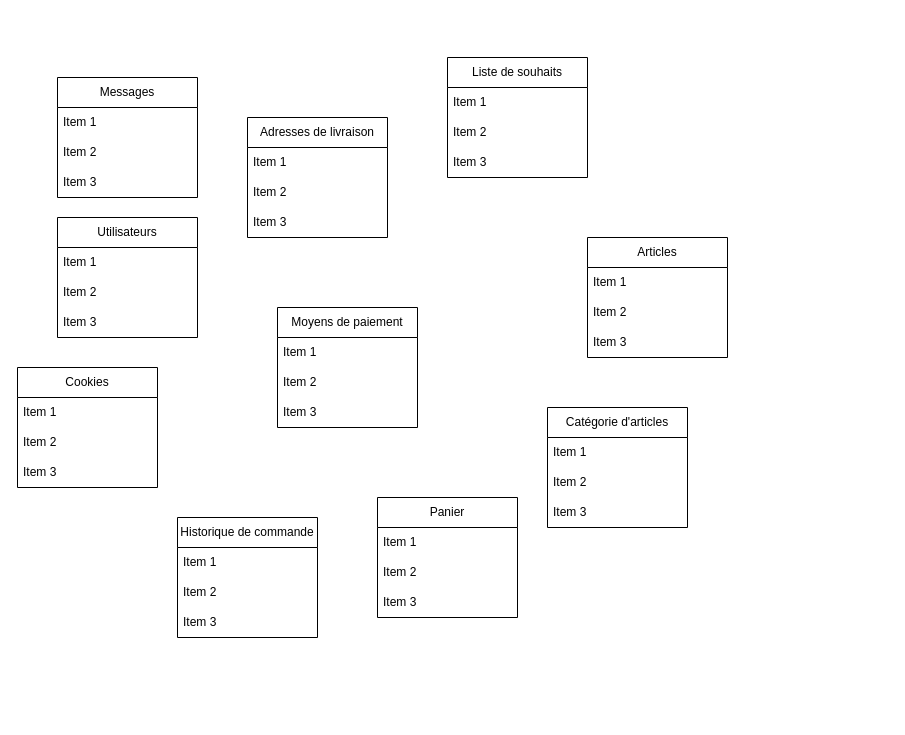
The draw.io diagram BDD Amazon IPI TP.drawio in mathiasSuchail/diagram, before the edit. Source tidied: cells renumbered, new cells numbered last; positions are measured from the earlier drawing's top-left corner, leaving out a move shared by most shapes. Both pictures are drawn from the tidied source at 100%, with x=0, y=0 at pixel (17, 57).
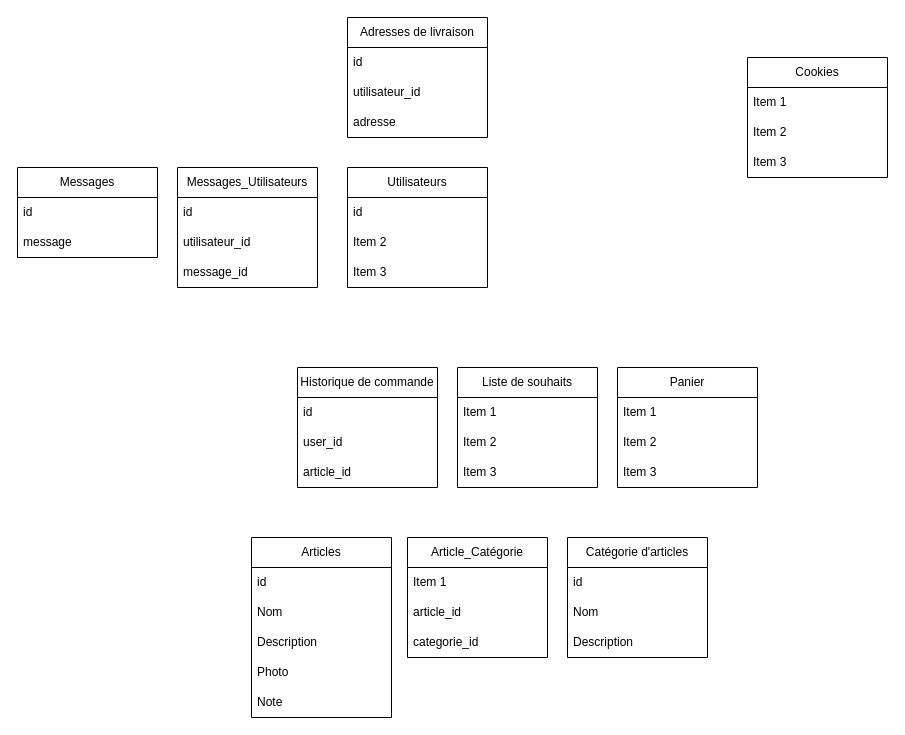
Above is the later version.

Commit message:
Mettre à jour BDD Amazon IPI TP.drawio

What changed in the source:
```diff
@@
     <mxCell id="2" value="Utilisateurs" style="swimlane;fontStyle=0;horizontal=1;startSize=30;whiteSpace=wrap;html=1;" parent="1" vertex="1">
-      <mxGeometry x="40" y="160" width="140" height="120" as="geometry" />
+      <mxGeometry x="330" y="110" width="140" height="120" as="geometry" />
     </mxCell>
-    <mxCell id="3" value="Item 1" style="text;strokeColor=none;fillColor=none;align=left;verticalAlign=middle;spacingLeft=4;spacingRight=4;overflow=hidden;whiteSpace=wrap;html=1;" parent="2" vertex="1">
+    <mxCell id="3" value="id" style="text;strokeColor=none;fillColor=none;align=left;verticalAlign=middle;spacingLeft=4;spacingRight=4;overflow=hidden;whiteSpace=wrap;html=1;" parent="2" vertex="1">
       <mxGeometry y="30" width="140" height="30" as="geometry" />
     </mxCell>
@@
     <mxCell id="6" value="Articles" style="swimlane;fontStyle=0;horizontal=1;startSize=30;whiteSpace=wrap;html=1;" parent="1" vertex="1">
-      <mxGeometry x="570" y="180" width="140" height="120" as="geometry" />
+      <mxGeometry x="234" y="480" width="140" height="180" as="geometry" />
     </mxCell>
-    <mxCell id="7" value="Item 1" style="text;strokeColor=none;fillColor=none;align=left;verticalAlign=middle;spacingLeft=4;spacingRight=4;overflow=hidden;whiteSpace=wrap;html=1;" parent="6" vertex="1">
+    <mxCell id="7" value="id" style="text;strokeColor=none;fillColor=none;align=left;verticalAlign=middle;spacingLeft=4;spacingRight=4;overflow=hidden;whiteSpace=wrap;html=1;" parent="6" vertex="1">
       <mxGeometry y="30" width="140" height="30" as="geometry" />
     </mxCell>
-    <mxCell id="8" value="Item 2" style="text;strokeColor=none;fillColor=none;align=left;verticalAlign=middle;spacingLeft=4;spacingRight=4;overflow=hidden;whiteSpace=wrap;html=1;" parent="6" vertex="1">
+    <mxCell id="8" value="Nom" style="text;strokeColor=none;fillColor=none;align=left;verticalAlign=middle;spacingLeft=4;spacingRight=4;overflow=hidden;whiteSpace=wrap;html=1;" parent="6" vertex="1">
       <mxGeometry y="60" width="140" height="30" as="geometry" />
     </mxCell>
-    <mxCell id="9" value="Item 3" style="text;strokeColor=none;fillColor=none;align=left;verticalAlign=middle;spacingLeft=4;spacingRight=4;overflow=hidden;whiteSpace=wrap;html=1;" parent="6" vertex="1">
+    <mxCell id="9" value="Description" style="text;strokeColor=none;fillColor=none;align=left;verticalAlign=middle;spacingLeft=4;spacingRight=4;overflow=hidden;whiteSpace=wrap;html=1;" parent="6" vertex="1">
       <mxGeometry y="90" width="140" height="30" as="geometry" />
     </mxCell>
+    <mxCell id="42" value="Photo" style="text;strokeColor=none;fillColor=none;align=left;verticalAlign=middle;spacingLeft=4;spacingRight=4;overflow=hidden;whiteSpace=wrap;html=1;" parent="6" vertex="1">
+      <mxGeometry y="120" width="140" height="30" as="geometry" />
+    </mxCell>
+    <mxCell id="43" value="Note" style="text;strokeColor=none;fillColor=none;align=left;verticalAlign=middle;spacingLeft=4;spacingRight=4;overflow=hidden;whiteSpace=wrap;html=1;" parent="6" vertex="1">
+      <mxGeometry y="150" width="140" height="30" as="geometry" />
+    </mxCell>
     <mxCell id="10" value="Liste de souhaits" style="swimlane;fontStyle=0;horizontal=1;startSize=30;whiteSpace=wrap;html=1;" parent="1" vertex="1">
-      <mxGeometry x="430" width="140" height="120" as="geometry" />
+      <mxGeometry x="440" y="310" width="140" height="120" as="geometry" />
     </mxCell>
@@
-    <mxCell id="14" value="Panier" style="swimlane;fontStyle=0;horizontal=1;startSize=30;whiteSpace=wrap;html=1;" parent="1" vertex="1">
-      <mxGeometry x="360" y="440" width="140" height="120" as="geometry" />
-    </mxCell>
-    <mxCell id="15" value="Item 1" style="text;strokeColor=none;fillColor=none;align=left;verticalAlign=middle;spacingLeft=4;spacingRight=4;overflow=hidden;whiteSpace=wrap;html=1;" parent="14" vertex="1">
-      <mxGeometry y="30" width="140" height="30" as="geometry" />
-    </mxCell>
-    <mxCell id="16" value="Item 2" style="text;strokeColor=none;fillColor=none;align=left;verticalAlign=middle;spacingLeft=4;spacingRight=4;overflow=hidden;whiteSpace=wrap;html=1;" parent="14" vertex="1">
-      <mxGeometry y="60" width="140" height="30" as="geometry" />
-    </mxCell>
-    <mxCell id="17" value="Item 3" style="text;strokeColor=none;fillColor=none;align=left;verticalAlign=middle;spacingLeft=4;spacingRight=4;overflow=hidden;whiteSpace=wrap;html=1;" parent="14" vertex="1">
-      <mxGeometry y="90" width="140" height="30" as="geometry" />
-    </mxCell>
     <mxCell id="18" value="Historique de commande" style="swimlane;fontStyle=0;horizontal=1;startSize=30;whiteSpace=wrap;html=1;" parent="1" vertex="1">
-      <mxGeometry x="160" y="460" width="140" height="120" as="geometry" />
+      <mxGeometry x="280" y="310" width="140" height="120" as="geometry" />
     </mxCell>
-    <mxCell id="19" value="Item 1" style="text;strokeColor=none;fillColor=none;align=left;verticalAlign=middle;spacingLeft=4;spacingRight=4;overflow=hidden;whiteSpace=wrap;html=1;" parent="18" vertex="1">
+    <mxCell id="19" value="id" style="text;strokeColor=none;fillColor=none;align=left;verticalAlign=middle;spacingLeft=4;spacingRight=4;overflow=hidden;whiteSpace=wrap;html=1;" parent="18" vertex="1">
       <mxGeometry y="30" width="140" height="30" as="geometry" />
     </mxCell>
-    <mxCell id="20" value="Item 2" style="text;strokeColor=none;fillColor=none;align=left;verticalAlign=middle;spacingLeft=4;spacingRight=4;overflow=hidden;whiteSpace=wrap;html=1;" parent="18" vertex="1">
+    <mxCell id="20" value="user_id" style="text;strokeColor=none;fillColor=none;align=left;verticalAlign=middle;spacingLeft=4;spacingRight=4;overflow=hidden;whiteSpace=wrap;html=1;" parent="18" vertex="1">
       <mxGeometry y="60" width="140" height="30" as="geometry" />
     </mxCell>
-    <mxCell id="21" value="Item 3" style="text;strokeColor=none;fillColor=none;align=left;verticalAlign=middle;spacingLeft=4;spacingRight=4;overflow=hidden;whiteSpace=wrap;html=1;" parent="18" vertex="1">
+    <mxCell id="21" value="article_id" style="text;strokeColor=none;fillColor=none;align=left;verticalAlign=middle;spacingLeft=4;spacingRight=4;overflow=hidden;whiteSpace=wrap;html=1;" parent="18" vertex="1">
       <mxGeometry y="90" width="140" height="30" as="geometry" />
     </mxCell>
     <mxCell id="22" value="Catégorie d'articles" style="swimlane;fontStyle=0;horizontal=1;startSize=30;whiteSpace=wrap;html=1;" parent="1" vertex="1">
-      <mxGeometry x="530" y="350" width="140" height="120" as="geometry" />
+      <mxGeometry x="550" y="480" width="140" height="120" as="geometry" />
     </mxCell>
-    <mxCell id="23" value="Item 1" style="text;strokeColor=none;fillColor=none;align=left;verticalAlign=middle;spacingLeft=4;spacingRight=4;overflow=hidden;whiteSpace=wrap;html=1;" parent="22" vertex="1">
+    <mxCell id="23" value="id" style="text;strokeColor=none;fillColor=none;align=left;verticalAlign=middle;spacingLeft=4;spacingRight=4;overflow=hidden;whiteSpace=wrap;html=1;" parent="22" vertex="1">
       <mxGeometry y="30" width="140" height="30" as="geometry" />
     </mxCell>
-    <mxCell id="24" value="Item 2" style="text;strokeColor=none;fillColor=none;align=left;verticalAlign=middle;spacingLeft=4;spacingRight=4;overflow=hidden;whiteSpace=wrap;html=1;" parent="22" vertex="1">
+    <mxCell id="24" value="Nom" style="text;strokeColor=none;fillColor=none;align=left;verticalAlign=middle;spacingLeft=4;spacingRight=4;overflow=hidden;whiteSpace=wrap;html=1;" parent="22" vertex="1">
       <mxGeometry y="60" width="140" height="30" as="geometry" />
     </mxCell>
-    <mxCell id="25" value="Item 3" style="text;strokeColor=none;fillColor=none;align=left;verticalAlign=middle;spacingLeft=4;spacingRight=4;overflow=hidden;whiteSpace=wrap;html=1;" parent="22" vertex="1">
+    <mxCell id="25" value="Description" style="text;strokeColor=none;fillColor=none;align=left;verticalAlign=middle;spacingLeft=4;spacingRight=4;overflow=hidden;whiteSpace=wrap;html=1;" parent="22" vertex="1">
       <mxGeometry y="90" width="140" height="30" as="geometry" />
     </mxCell>
-    <mxCell id="26" value="Moyens de paiement" style="swimlane;fontStyle=0;horizontal=1;startSize=30;whiteSpace=wrap;html=1;" parent="1" vertex="1">
-      <mxGeometry x="260" y="250" width="140" height="120" as="geometry" />
-    </mxCell>
-    <mxCell id="27" value="Item 1" style="text;strokeColor=none;fillColor=none;align=left;verticalAlign=middle;spacingLeft=4;spacingRight=4;overflow=hidden;whiteSpace=wrap;html=1;" parent="26" vertex="1">
-      <mxGeometry y="30" width="140" height="30" as="geometry" />
-    </mxCell>
-    <mxCell id="28" value="Item 2" style="text;strokeColor=none;fillColor=none;align=left;verticalAlign=middle;spacingLeft=4;spacingRight=4;overflow=hidden;whiteSpace=wrap;html=1;" parent="26" vertex="1">
-      <mxGeometry y="60" width="140" height="30" as="geometry" />
-    </mxCell>
-    <mxCell id="29" value="Item 3" style="text;strokeColor=none;fillColor=none;align=left;verticalAlign=middle;spacingLeft=4;spacingRight=4;overflow=hidden;whiteSpace=wrap;html=1;" parent="26" vertex="1">
-      <mxGeometry y="90" width="140" height="30" as="geometry" />
-    </mxCell>
     <mxCell id="30" value="Messages" style="swimlane;fontStyle=0;horizontal=1;startSize=30;whiteSpace=wrap;html=1;" parent="1" vertex="1">
-      <mxGeometry x="40" y="20" width="140" height="120" as="geometry" />
+      <mxGeometry y="110" width="140" height="90" as="geometry" />
     </mxCell>
-    <mxCell id="31" value="Item 1" style="text;strokeColor=none;fillColor=none;align=left;verticalAlign=middle;spacingLeft=4;spacingRight=4;overflow=hidden;whiteSpace=wrap;html=1;" parent="30" vertex="1">
+    <mxCell id="31" value="id" style="text;strokeColor=none;fillColor=none;align=left;verticalAlign=middle;spacingLeft=4;spacingRight=4;overflow=hidden;whiteSpace=wrap;html=1;" parent="30" vertex="1">
       <mxGeometry y="30" width="140" height="30" as="geometry" />
     </mxCell>
-    <mxCell id="32" value="Item 2" style="text;strokeColor=none;fillColor=none;align=left;verticalAlign=middle;spacingLeft=4;spacingRight=4;overflow=hidden;whiteSpace=wrap;html=1;" parent="30" vertex="1">
+    <mxCell id="32" value="message" style="text;strokeColor=none;fillColor=none;align=left;verticalAlign=middle;spacingLeft=4;spacingRight=4;overflow=hidden;whiteSpace=wrap;html=1;" parent="30" vertex="1">
       <mxGeometry y="60" width="140" height="30" as="geometry" />
     </mxCell>
-    <mxCell id="33" value="Item 3" style="text;strokeColor=none;fillColor=none;align=left;verticalAlign=middle;spacingLeft=4;spacingRight=4;overflow=hidden;whiteSpace=wrap;html=1;" parent="30" vertex="1">
-      <mxGeometry y="90" width="140" height="30" as="geometry" />
-    </mxCell>
     <mxCell id="34" value="Adresses de livraison" style="swimlane;fontStyle=0;horizontal=1;startSize=30;whiteSpace=wrap;html=1;" parent="1" vertex="1">
-      <mxGeometry x="230" y="60" width="140" height="120" as="geometry" />
+      <mxGeometry x="330" y="-40" width="140" height="120" as="geometry" />
     </mxCell>
-    <mxCell id="35" value="Item 1" style="text;strokeColor=none;fillColor=none;align=left;verticalAlign=middle;spacingLeft=4;spacingRight=4;overflow=hidden;whiteSpace=wrap;html=1;" parent="34" vertex="1">
+    <mxCell id="35" value="id" style="text;strokeColor=none;fillColor=none;align=left;verticalAlign=middle;spacingLeft=4;spacingRight=4;overflow=hidden;whiteSpace=wrap;html=1;" parent="34" vertex="1">
       <mxGeometry y="30" width="140" height="30" as="geometry" />
     </mxCell>
-    <mxCell id="36" value="Item 2" style="text;strokeColor=none;fillColor=none;align=left;verticalAlign=middle;spacingLeft=4;spacingRight=4;overflow=hidden;whiteSpace=wrap;html=1;" parent="34" vertex="1">
+    <mxCell id="36" value="utilisateur_id" style="text;strokeColor=none;fillColor=none;align=left;verticalAlign=middle;spacingLeft=4;spacingRight=4;overflow=hidden;whiteSpace=wrap;html=1;" parent="34" vertex="1">
       <mxGeometry y="60" width="140" height="30" as="geometry" />
     </mxCell>
-    <mxCell id="37" value="Item 3" style="text;strokeColor=none;fillColor=none;align=left;verticalAlign=middle;spacingLeft=4;spacingRight=4;overflow=hidden;whiteSpace=wrap;html=1;" parent="34" vertex="1">
+    <mxCell id="37" value="adresse" style="text;strokeColor=none;fillColor=none;align=left;verticalAlign=middle;spacingLeft=4;spacingRight=4;overflow=hidden;whiteSpace=wrap;html=1;" parent="34" vertex="1">
       <mxGeometry y="90" width="140" height="30" as="geometry" />
     </mxCell>
     <mxCell id="38" value="Cookies" style="swimlane;fontStyle=0;horizontal=1;startSize=30;whiteSpace=wrap;html=1;" parent="1" vertex="1">
-      <mxGeometry y="310" width="140" height="120" as="geometry" />
+      <mxGeometry x="730" width="140" height="120" as="geometry" />
     </mxCell>
@@
+    <mxCell id="44" value="Messages_Utilisateurs" style="swimlane;fontStyle=0;horizontal=1;startSize=30;whiteSpace=wrap;html=1;" parent="1" vertex="1">
+      <mxGeometry x="160" y="110" width="140" height="120" as="geometry" />
+    </mxCell>
+    <mxCell id="45" value="id" style="text;strokeColor=none;fillColor=none;align=left;verticalAlign=middle;spacingLeft=4;spacingRight=4;overflow=hidden;whiteSpace=wrap;html=1;" parent="44" vertex="1">
+      <mxGeometry y="30" width="140" height="30" as="geometry" />
+    </mxCell>
+    <mxCell id="46" value="utilisateur_id" style="text;strokeColor=none;fillColor=none;align=left;verticalAlign=middle;spacingLeft=4;spacingRight=4;overflow=hidden;whiteSpace=wrap;html=1;" parent="44" vertex="1">
+      <mxGeometry y="60" width="140" height="30" as="geometry" />
+    </mxCell>
+    <mxCell id="47" value="message_id" style="text;strokeColor=none;fillColor=none;align=left;verticalAlign=middle;spacingLeft=4;spacingRight=4;overflow=hidden;whiteSpace=wrap;html=1;" parent="44" vertex="1">
+      <mxGeometry y="90" width="140" height="30" as="geometry" />
+    </mxCell>
+    <mxCell id="48" value="Article_Catégorie" style="swimlane;fontStyle=0;horizontal=1;startSize=30;whiteSpace=wrap;html=1;" parent="1" vertex="1">
+      <mxGeometry x="390" y="480" width="140" height="120" as="geometry" />
+    </mxCell>
+    <mxCell id="49" value="Item 1" style="text;strokeColor=none;fillColor=none;align=left;verticalAlign=middle;spacingLeft=4;spacingRight=4;overflow=hidden;whiteSpace=wrap;html=1;" parent="48" vertex="1">
+      <mxGeometry y="30" width="140" height="30" as="geometry" />
+    </mxCell>
+    <mxCell id="50" value="article_id" style="text;strokeColor=none;fillColor=none;align=left;verticalAlign=middle;spacingLeft=4;spacingRight=4;overflow=hidden;whiteSpace=wrap;html=1;" parent="48" vertex="1">
+      <mxGeometry y="60" width="140" height="30" as="geometry" />
+    </mxCell>
+    <mxCell id="51" value="categorie_id" style="text;strokeColor=none;fillColor=none;align=left;verticalAlign=middle;spacingLeft=4;spacingRight=4;overflow=hidden;whiteSpace=wrap;html=1;" parent="48" vertex="1">
+      <mxGeometry y="90" width="140" height="30" as="geometry" />
+    </mxCell>
+    <mxCell id="14" value="Panier" style="swimlane;fontStyle=0;horizontal=1;startSize=30;whiteSpace=wrap;html=1;" parent="1" vertex="1">
+      <mxGeometry x="600" y="310" width="140" height="120" as="geometry" />
+    </mxCell>
+    <mxCell id="52" value="Item 1" style="text;strokeColor=none;fillColor=none;align=left;verticalAlign=middle;spacingLeft=4;spacingRight=4;overflow=hidden;whiteSpace=wrap;html=1;" parent="14" vertex="1">
+      <mxGeometry y="30" width="140" height="30" as="geometry" />
+    </mxCell>
+    <mxCell id="53" value="Item 2" style="text;strokeColor=none;fillColor=none;align=left;verticalAlign=middle;spacingLeft=4;spacingRight=4;overflow=hidden;whiteSpace=wrap;html=1;" parent="14" vertex="1">
+      <mxGeometry y="60" width="140" height="30" as="geometry" />
+    </mxCell>
+    <mxCell id="54" value="Item 3" style="text;strokeColor=none;fillColor=none;align=left;verticalAlign=middle;spacingLeft=4;spacingRight=4;overflow=hidden;whiteSpace=wrap;html=1;" parent="14" vertex="1">
+      <mxGeometry y="90" width="140" height="30" as="geometry" />
+    </mxCell>
```
